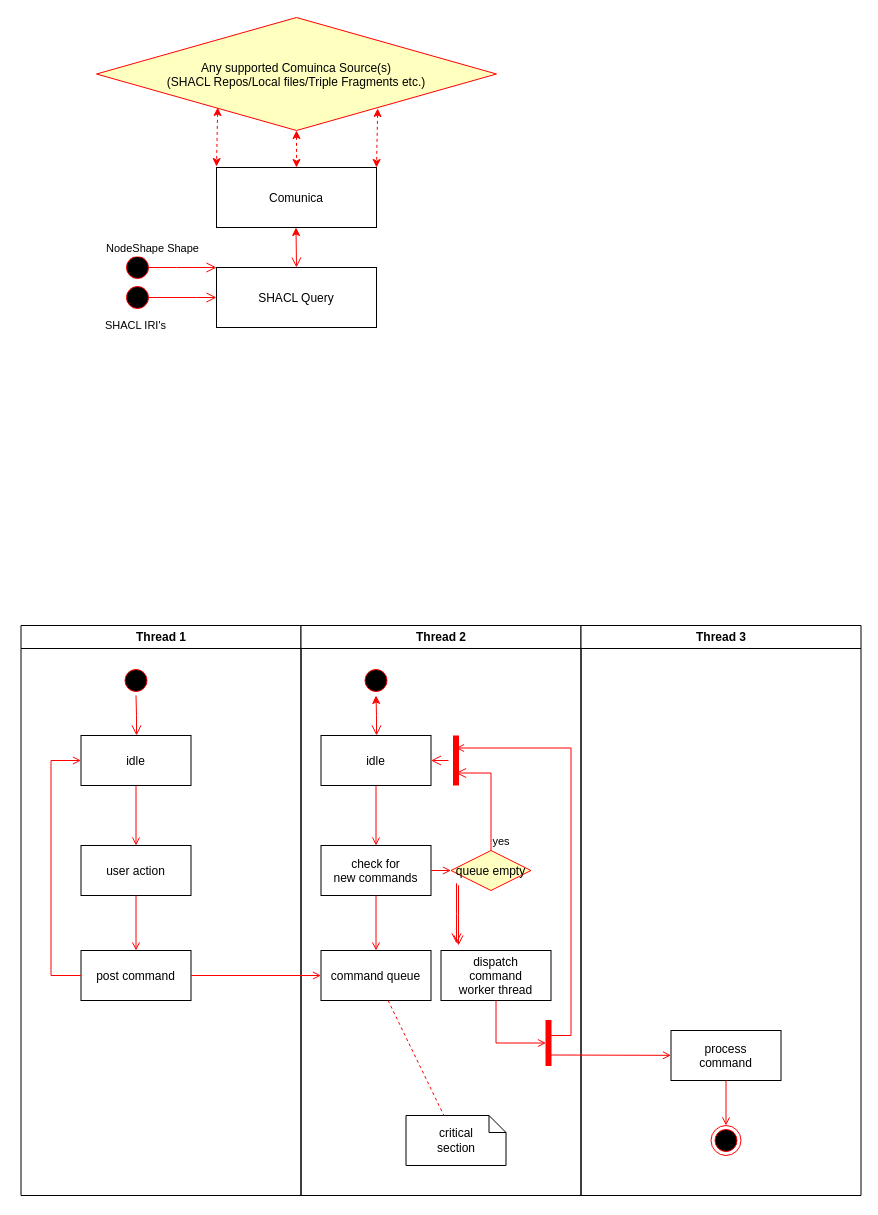
The draw.io diagram img/schimatos-package-structure.drawio in jeswr/schimatos-project, before the edit. Source tidied: cells renumbered, new cells numbered last; positions are measured from the earlier drawing's top-left corner, leaving out a move shared by most shapes. Both pictures are drawn from the tidied source at 100%, with x=0, y=0 at pixel (20, 17).
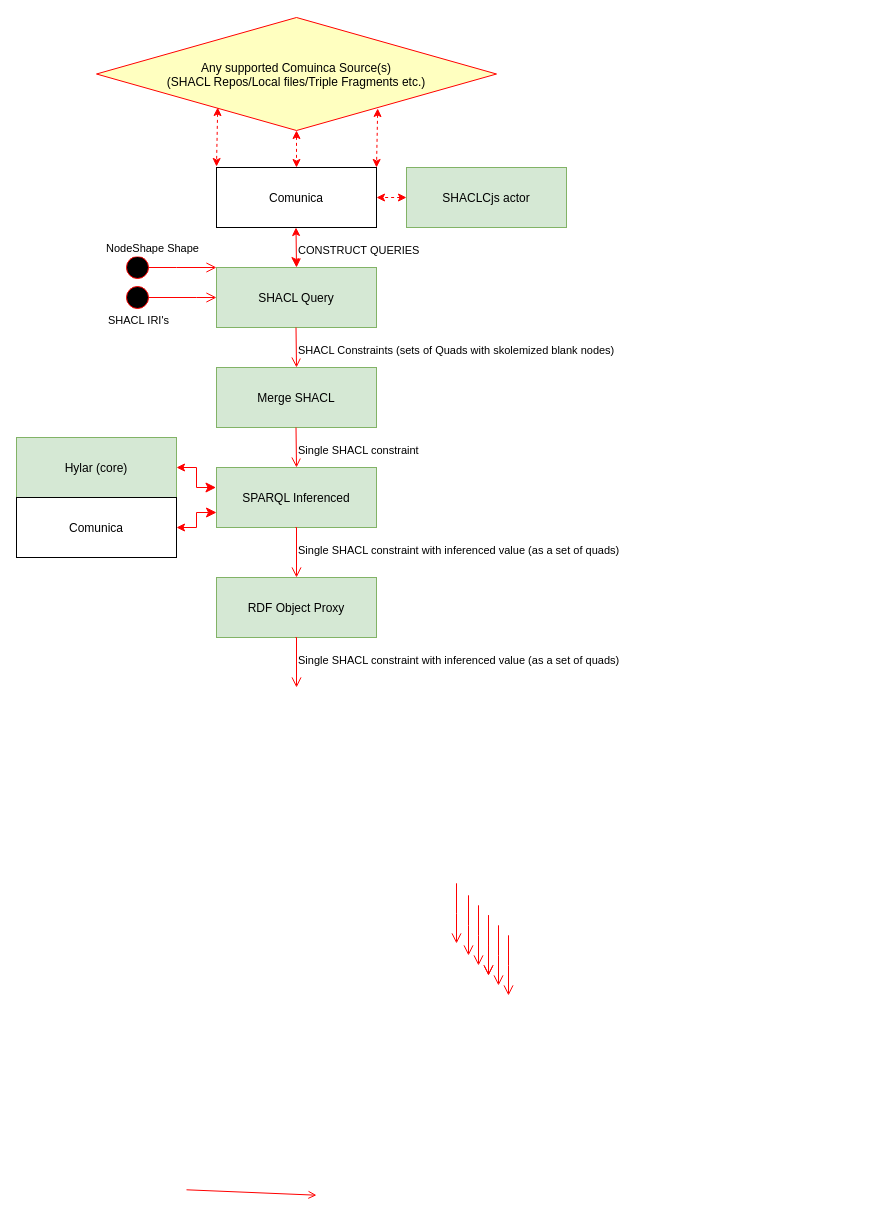
Above is the later version.

Commit message (it also covers changes not shown here):
WIP: Architecture Diagram

Unchanged cells that the change refers to:
```xml
<mxCell id="45" value="Comunica" parent="1" vertex="1">
  <mxGeometry x="196" y="150" width="160" height="60" as="geometry" />
</mxCell>
```

Change to the diagram source:
```diff
@@
-    <mxCell id="2" value="Thread 1" style="swimlane;whiteSpace=wrap;" parent="1" vertex="1">
-      <mxGeometry x="0.5" y="608" width="280" height="570" as="geometry" />
-    </mxCell>
-    <mxCell id="3" style="ellipse;shape=startState;fillColor=#000000;strokeColor=#ff0000;" parent="2" vertex="1">
-      <mxGeometry x="100" y="40" width="30" height="30" as="geometry" />
-    </mxCell>
-    <mxCell id="4" style="edgeStyle=elbowEdgeStyle;elbow=horizontal;verticalAlign=bottom;endArrow=open;endSize=8;strokeColor=#FF0000;endFill=1;rounded=0;" parent="2" edge="1" source="3" target="5">
-      <mxGeometry x="100" y="40" as="geometry" />
-    </mxCell>
-    <mxCell id="5" value="idle" parent="2" vertex="1">
-      <mxGeometry x="60" y="110" width="110" height="50" as="geometry" />
-    </mxCell>
-    <mxCell id="6" value="user action" parent="2" vertex="1">
-      <mxGeometry x="60" y="220" width="110" height="50" as="geometry" />
-    </mxCell>
-    <mxCell id="7" style="endArrow=open;strokeColor=#FF0000;endFill=1;rounded=0;" parent="2" edge="1" source="5" target="6">
-      <mxGeometry relative="1" as="geometry" />
-    </mxCell>
-    <mxCell id="8" value="post command" parent="2" vertex="1">
-      <mxGeometry x="60" y="325" width="110" height="50" as="geometry" />
-    </mxCell>
-    <mxCell id="9" style="endArrow=open;strokeColor=#FF0000;endFill=1;rounded=0;" parent="2" edge="1" source="6" target="8">
-      <mxGeometry relative="1" as="geometry" />
-    </mxCell>
-    <mxCell id="10" style="edgeStyle=elbowEdgeStyle;elbow=horizontal;strokeColor=#FF0000;endArrow=open;endFill=1;rounded=0;" parent="2" edge="1" source="8" target="5">
-      <mxGeometry relative="1" as="geometry">
-        <Array as="points">
-          <mxPoint x="30" y="250" />
-        </Array>
-      </mxGeometry>
-    </mxCell>
-    <mxCell id="11" value="Thread 2" style="swimlane;whiteSpace=wrap;" parent="1" vertex="1">
-      <mxGeometry x="280.5" y="608" width="280" height="570" as="geometry" />
-    </mxCell>
-    <mxCell id="12" style="ellipse;shape=startState;fillColor=#000000;strokeColor=#ff0000;" parent="11" vertex="1">
-      <mxGeometry x="60" y="40" width="30" height="30" as="geometry" />
-    </mxCell>
-    <mxCell id="13" style="edgeStyle=elbowEdgeStyle;elbow=horizontal;verticalAlign=bottom;endArrow=open;endSize=8;strokeColor=#FF0000;endFill=1;rounded=0;startArrow=classic;startFill=1;" parent="11" edge="1" source="12" target="14">
-      <mxGeometry x="40" y="20" as="geometry" />
-    </mxCell>
-    <mxCell id="14" value="idle" parent="11" vertex="1">
-      <mxGeometry x="20" y="110" width="110" height="50" as="geometry" />
-    </mxCell>
-    <mxCell id="15" value="check for &#10;new commands" parent="11" vertex="1">
-      <mxGeometry x="20" y="220" width="110" height="50" as="geometry" />
-    </mxCell>
-    <mxCell id="16" style="endArrow=open;strokeColor=#FF0000;endFill=1;rounded=0;" parent="11" edge="1" source="14" target="15">
-      <mxGeometry relative="1" as="geometry" />
-    </mxCell>
-    <mxCell id="17" value="command queue" parent="11" vertex="1">
-      <mxGeometry x="20" y="325" width="110" height="50" as="geometry" />
-    </mxCell>
-    <mxCell id="18" style="endArrow=open;strokeColor=#FF0000;endFill=1;rounded=0;" parent="11" edge="1" source="15" target="17">
-      <mxGeometry relative="1" as="geometry" />
-    </mxCell>
-    <mxCell id="19" value="queue empty" style="rhombus;fillColor=#ffffc0;strokeColor=#ff0000;" parent="11" vertex="1">
-      <mxGeometry x="150" y="225" width="80" height="40" as="geometry" />
-    </mxCell>
-    <mxCell id="20" value="yes" style="edgeStyle=elbowEdgeStyle;elbow=horizontal;align=left;verticalAlign=bottom;endArrow=open;endSize=8;strokeColor=#FF0000;exitX=0.5;exitY=0;endFill=1;rounded=0;entryX=0.75;entryY=0.5;entryPerimeter=0;" parent="11" edge="1" source="19" target="23">
-      <mxGeometry x="-1" relative="1" as="geometry">
-        <Array as="points">
-          <mxPoint x="190" y="180" />
-        </Array>
-      </mxGeometry>
-    </mxCell>
-    <mxCell id="21" value="SHACL IRI's" style="edgeStyle=elbowEdgeStyle;elbow=horizontal;align=left;verticalAlign=top;endArrow=open;endSize=8;strokeColor=#FF0000;endFill=1;rounded=0;" parent="11" edge="1">
-      <mxGeometry x="-1" y="-674" relative="1" as="geometry">
-        <mxPoint x="157.5" y="259.8" as="sourcePoint" />
-        <mxPoint x="157.5" y="320" as="targetPoint" />
-        <mxPoint x="319" y="-573" as="offset" />
-      </mxGeometry>
-    </mxCell>
-    <mxCell id="22" style="endArrow=open;strokeColor=#FF0000;endFill=1;rounded=0;" parent="11" edge="1" source="15" target="19">
-      <mxGeometry relative="1" as="geometry" />
-    </mxCell>
-    <mxCell id="23" style="shape=line;strokeWidth=6;strokeColor=#ff0000;rotation=90;" parent="11" vertex="1">
-      <mxGeometry x="130" y="127.5" width="50" height="15" as="geometry" />
-    </mxCell>
-    <mxCell id="24" style="edgeStyle=elbowEdgeStyle;elbow=horizontal;verticalAlign=bottom;endArrow=open;endSize=8;strokeColor=#FF0000;endFill=1;rounded=0;" parent="11" edge="1" source="23" target="14">
-      <mxGeometry x="130" y="90" as="geometry" />
-    </mxCell>
-    <mxCell id="25" value="dispatch&#10;command&#10;worker thread" parent="11" vertex="1">
-      <mxGeometry x="140" y="325" width="110" height="50" as="geometry" />
-    </mxCell>
-    <mxCell id="26" value="critical&#10;section" style="shape=note;whiteSpace=wrap;size=17;" parent="11" vertex="1">
-      <mxGeometry x="105" y="490" width="100" height="50" as="geometry" />
-    </mxCell>
-    <mxCell id="27" style="endArrow=none;strokeColor=#FF0000;endFill=0;rounded=0;dashed=1;" parent="11" edge="1" source="17" target="26">
-      <mxGeometry relative="1" as="geometry" />
-    </mxCell>
-    <mxCell id="28" style="whiteSpace=wrap;strokeColor=#FF0000;fillColor=#FF0000;" parent="11" vertex="1">
-      <mxGeometry x="245" y="395" width="5" height="45" as="geometry" />
-    </mxCell>
-    <mxCell id="29" style="edgeStyle=elbowEdgeStyle;elbow=horizontal;entryX=0;entryY=0.5;strokeColor=#FF0000;endArrow=open;endFill=1;rounded=0;" parent="11" edge="1" source="25" target="28">
-      <mxGeometry relative="1" as="geometry">
-        <Array as="points">
-          <mxPoint x="195" y="400" />
-        </Array>
-      </mxGeometry>
-    </mxCell>
-    <mxCell id="30" value="Thread 3" style="swimlane;whiteSpace=wrap;" parent="1" vertex="1">
-      <mxGeometry x="560.5" y="608" width="280" height="570" as="geometry" />
-    </mxCell>
-    <mxCell id="31" value="process&#10;command" parent="30" vertex="1">
-      <mxGeometry x="90" y="405" width="110" height="50" as="geometry" />
-    </mxCell>
-    <mxCell id="32" style="edgeStyle=elbowEdgeStyle;elbow=horizontal;strokeColor=#FF0000;endArrow=open;endFill=1;rounded=0;entryX=0.25;entryY=0.5;entryPerimeter=0;" parent="30" edge="1" target="23">
-      <mxGeometry relative="1" as="geometry">
-        <mxPoint x="-30" y="410" as="sourcePoint" />
-        <Array as="points">
-          <mxPoint x="-10" y="135" />
-        </Array>
-      </mxGeometry>
-    </mxCell>
-    <mxCell id="33" style="edgeStyle=none;strokeColor=#FF0000;endArrow=open;endFill=1;rounded=0;" parent="30" edge="1" target="31">
-      <mxGeometry relative="1" as="geometry">
-        <mxPoint x="-30" y="429.5" as="sourcePoint" />
-      </mxGeometry>
-    </mxCell>
-    <mxCell id="34" style="ellipse;shape=endState;fillColor=#000000;strokeColor=#ff0000;" parent="30" vertex="1">
-      <mxGeometry x="130" y="500" width="30" height="30" as="geometry" />
-    </mxCell>
-    <mxCell id="35" style="endArrow=open;strokeColor=#FF0000;endFill=1;rounded=0;" parent="30" edge="1" source="31" target="34">
-      <mxGeometry relative="1" as="geometry" />
-    </mxCell>
-    <mxCell id="36" style="endArrow=open;strokeColor=#FF0000;endFill=1;rounded=0;" parent="1" edge="1" source="8" target="17">
-      <mxGeometry relative="1" as="geometry" />
+    <mxCell id="36" style="endArrow=open;strokeColor=#FF0000;endFill=1;rounded=0;" parent="1" edge="1">
+      <mxGeometry relative="1" as="geometry">
+        <mxPoint x="166" y="1172.3" as="sourcePoint" />
+        <mxPoint x="296" y="1177.7" as="targetPoint" />
+      </mxGeometry>
     </mxCell>
-    <mxCell id="37" value="SHACL Query" parent="1" vertex="1">
+    <mxCell id="37" value="SHACL Query" style="fillColor=#d5e8d4;strokeColor=#82b366;" parent="1" vertex="1">
       <mxGeometry x="196" y="250" width="160" height="60" as="geometry" />
     </mxCell>
@@
-    <mxCell id="44" style="edgeStyle=elbowEdgeStyle;elbow=horizontal;verticalAlign=bottom;endArrow=open;endSize=8;strokeColor=#FF0000;endFill=1;rounded=0;startArrow=classic;startFill=1;" parent="1" edge="1">
+    <mxCell id="44" style="edgeStyle=elbowEdgeStyle;elbow=horizontal;verticalAlign=bottom;endArrow=classic;endSize=8;strokeColor=#FF0000;endFill=1;rounded=0;startArrow=classic;startFill=1;" parent="1" edge="1">
       <mxGeometry x="-40" y="-448" as="geometry">
         <mxPoint x="275.5" y="210" as="sourcePoint" />
         <mxPoint x="276" y="250" as="targetPoint" />
         <Array as="points">
           <mxPoint x="276" y="70" />
         </Array>
       </mxGeometry>
     </mxCell>
@@
+    <mxCell id="49" style="edgeStyle=elbowEdgeStyle;elbow=horizontal;verticalAlign=bottom;endArrow=open;endSize=8;strokeColor=#FF0000;endFill=1;rounded=0;" parent="1" edge="1">
+      <mxGeometry x="260" y="-328" as="geometry">
+        <mxPoint x="275.5" y="310" as="sourcePoint" />
+        <mxPoint x="276" y="350" as="targetPoint" />
+      </mxGeometry>
+    </mxCell>
+    <mxCell id="50" value="CONSTRUCT QUERIES" style="edgeStyle=elbowEdgeStyle;elbow=horizontal;align=left;verticalAlign=top;endArrow=open;endSize=8;strokeColor=#FF0000;endFill=1;rounded=0;" parent="1" edge="1">
+      <mxGeometry x="-1" y="-680" relative="1" as="geometry">
+        <mxPoint x="448" y="877.8" as="sourcePoint" />
+        <mxPoint x="448" y="938" as="targetPoint" />
+        <mxPoint x="508" y="-658" as="offset" />
+      </mxGeometry>
+    </mxCell>
+    <mxCell id="51" value="SHACL Constraints (sets of Quads with skolemized blank nodes)" style="edgeStyle=elbowEdgeStyle;elbow=horizontal;align=left;verticalAlign=top;endArrow=open;endSize=8;strokeColor=#FF0000;endFill=1;rounded=0;" parent="1" edge="1">
+      <mxGeometry x="-1" y="-596" relative="1" as="geometry">
+        <mxPoint x="458" y="887.8" as="sourcePoint" />
+        <mxPoint x="458" y="948" as="targetPoint" />
+        <mxPoint x="414" y="-568" as="offset" />
+      </mxGeometry>
+    </mxCell>
+    <mxCell id="52" value="Merge SHACL" style="fillColor=#d5e8d4;strokeColor=#82b366;" parent="1" vertex="1">
+      <mxGeometry x="196" y="350" width="160" height="60" as="geometry" />
+    </mxCell>
+    <mxCell id="53" style="edgeStyle=elbowEdgeStyle;elbow=horizontal;verticalAlign=bottom;endArrow=open;endSize=8;strokeColor=#FF0000;endFill=1;rounded=0;" parent="1" edge="1">
+      <mxGeometry x="260" y="-228" as="geometry">
+        <mxPoint x="275.5" y="410" as="sourcePoint" />
+        <mxPoint x="276" y="450" as="targetPoint" />
+      </mxGeometry>
+    </mxCell>
+    <mxCell id="54" value="Single SHACL constraint" style="edgeStyle=elbowEdgeStyle;elbow=horizontal;align=left;verticalAlign=top;endArrow=open;endSize=8;strokeColor=#FF0000;endFill=1;rounded=0;" parent="1" edge="1">
+      <mxGeometry x="-1" y="-515" relative="1" as="geometry">
+        <mxPoint x="468" y="897.8" as="sourcePoint" />
+        <mxPoint x="468" y="958" as="targetPoint" />
+        <mxPoint x="323" y="-478" as="offset" />
+      </mxGeometry>
+    </mxCell>
+    <mxCell id="55" value="SPARQL Inferenced" style="fillColor=#d5e8d4;strokeColor=#82b366;" parent="1" vertex="1">
+      <mxGeometry x="196" y="450" width="160" height="60" as="geometry" />
+    </mxCell>
+    <mxCell id="56" value="Hylar (core)" style="fillColor=#d5e8d4;strokeColor=#82b366;" parent="1" vertex="1">
+      <mxGeometry x="-4" y="420" width="160" height="60" as="geometry" />
+    </mxCell>
+    <mxCell id="57" value="Comunica" parent="1" vertex="1">
+      <mxGeometry x="-4" y="480" width="160" height="60" as="geometry" />
+    </mxCell>
+    <mxCell id="58" value="SHACLCjs actor" style="fillColor=#d5e8d4;strokeColor=#82b366;" parent="1" vertex="1">
+      <mxGeometry x="386" y="150" width="160" height="60" as="geometry" />
+    </mxCell>
+    <mxCell id="59" style="endArrow=classic;strokeColor=#FF0000;endFill=1;rounded=0;dashed=1;entryX=1;entryY=0.5;entryDx=0;entryDy=0;startArrow=classic;startFill=1;exitX=0;exitY=0.5;exitDx=0;exitDy=0;" parent="1" edge="1" source="58" target="45">
+      <mxGeometry relative="1" as="geometry" />
+    </mxCell>
+    <mxCell id="60" style="edgeStyle=elbowEdgeStyle;elbow=horizontal;verticalAlign=bottom;endArrow=classic;endSize=8;strokeColor=#FF0000;endFill=1;rounded=0;startArrow=classic;startFill=1;" parent="1" edge="1" source="56">
+      <mxGeometry x="-120.5" y="-228" as="geometry">
+        <mxPoint x="195.5" y="470" as="targetPoint" />
+      </mxGeometry>
+    </mxCell>
+    <mxCell id="61" style="edgeStyle=elbowEdgeStyle;elbow=horizontal;verticalAlign=bottom;endArrow=classic;endSize=8;strokeColor=#FF0000;endFill=1;rounded=0;startArrow=classic;startFill=1;exitX=1;exitY=0.5;exitDx=0;exitDy=0;entryX=0;entryY=0.75;entryDx=0;entryDy=0;" parent="1" edge="1" source="57" target="55">
+      <mxGeometry x="-110.5" y="-218" as="geometry" />
+    </mxCell>
+    <mxCell id="21" value="SHACL IRI's" style="edgeStyle=elbowEdgeStyle;elbow=horizontal;align=left;verticalAlign=top;endArrow=open;endSize=8;strokeColor=#FF0000;endFill=1;rounded=0;" parent="1" edge="1">
+      <mxGeometry x="-1" y="-718" relative="1" as="geometry">
+        <mxPoint x="468" y="897.8" as="sourcePoint" />
+        <mxPoint x="468" y="958" as="targetPoint" />
+        <mxPoint x="336" y="-608" as="offset" />
+      </mxGeometry>
+    </mxCell>
+    <mxCell id="62" value="RDF Object Proxy" style="fillColor=#d5e8d4;strokeColor=#82b366;" parent="1" vertex="1">
+      <mxGeometry x="196" y="560" width="160" height="60" as="geometry" />
+    </mxCell>
+    <mxCell id="63" style="edgeStyle=elbowEdgeStyle;elbow=horizontal;verticalAlign=bottom;endArrow=open;endSize=8;strokeColor=#FF0000;endFill=1;rounded=0;entryX=0.5;entryY=0;entryDx=0;entryDy=0;" parent="1" edge="1" target="62">
+      <mxGeometry x="259.5" y="-128" as="geometry">
+        <mxPoint x="275" y="510" as="sourcePoint" />
+      </mxGeometry>
+    </mxCell>
+    <mxCell id="64" value="Single SHACL constraint with inferenced value (as a set of quads)" style="edgeStyle=elbowEdgeStyle;elbow=horizontal;align=left;verticalAlign=top;endArrow=open;endSize=8;strokeColor=#FF0000;endFill=1;rounded=0;" parent="1" edge="1">
+      <mxGeometry x="-1" y="-437" relative="1" as="geometry">
+        <mxPoint x="478" y="907.8" as="sourcePoint" />
+        <mxPoint x="478" y="968" as="targetPoint" />
+        <mxPoint x="235" y="-388" as="offset" />
+      </mxGeometry>
+    </mxCell>
+    <mxCell id="65" style="edgeStyle=elbowEdgeStyle;elbow=horizontal;verticalAlign=bottom;endArrow=open;endSize=8;strokeColor=#FF0000;endFill=1;rounded=0;entryX=0.5;entryY=0;entryDx=0;entryDy=0;" parent="1" edge="1">
+      <mxGeometry x="259.5" y="-18" as="geometry">
+        <mxPoint x="275" y="620" as="sourcePoint" />
+        <mxPoint x="276" y="670" as="targetPoint" />
+      </mxGeometry>
+    </mxCell>
+    <mxCell id="66" value="Single SHACL constraint with inferenced value (as a set of quads)" style="edgeStyle=elbowEdgeStyle;elbow=horizontal;align=left;verticalAlign=top;endArrow=open;endSize=8;strokeColor=#FF0000;endFill=1;rounded=0;" parent="1" edge="1">
+      <mxGeometry x="-1" y="-357" relative="1" as="geometry">
+        <mxPoint x="488" y="917.8" as="sourcePoint" />
+        <mxPoint x="488" y="978" as="targetPoint" />
+        <mxPoint x="145" y="-288" as="offset" />
+      </mxGeometry>
+    </mxCell>
```
